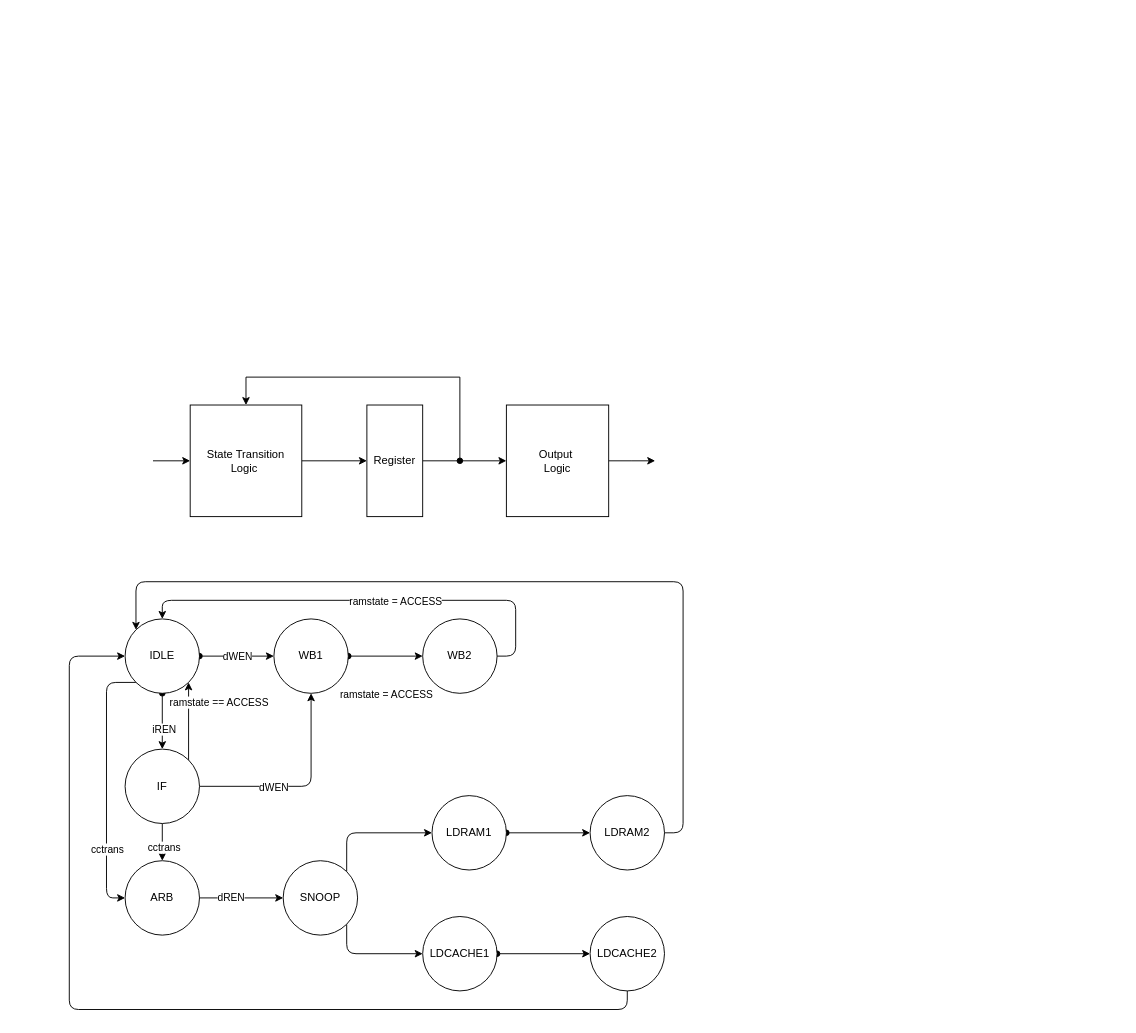
This is page "Page-5" (5 of 5) of caches.drawio from vickyfyq/ece437, a draw.io file, before an edit. Source tidied: cells renumbered, new cells numbered last; positions are measured from the earlier drawing's top-left corner, leaving out a move shared by most shapes. Both pictures are drawn from the tidied source at 93%, with x=0, y=0 at pixel (69, 377).
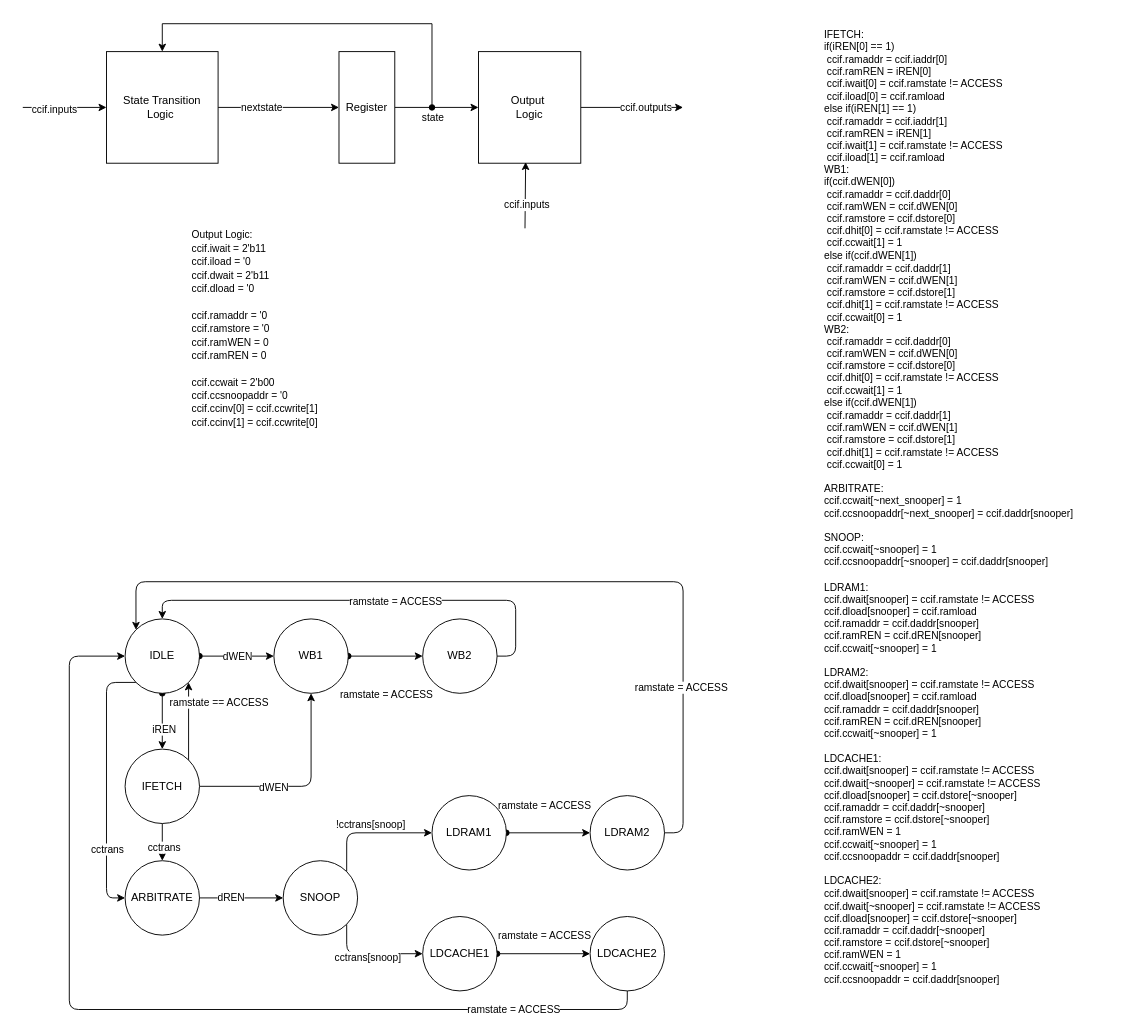
After the change.

The change refers to these unchanged cells:
```xml
<mxCell id="2" style="edgeStyle=orthogonalEdgeStyle;rounded=0;jettySize=auto;html=1;exitX=1;exitY=0.5;exitDx=0;exitDy=0;entryX=0;entryY=0.5;entryDx=0;entryDy=0;" parent="1" edge="1" source="3" target="5">
  <mxGeometry relative="1" as="geometry" />
</mxCell>
<mxCell id="4" style="edgeStyle=orthogonalEdgeStyle;rounded=0;jettySize=auto;html=1;exitX=1;exitY=0.5;exitDx=0;exitDy=0;entryX=0;entryY=0.5;entryDx=0;entryDy=0;" parent="1" edge="1" source="5" target="7">
  <mxGeometry relative="1" as="geometry" />
</mxCell>
<mxCell id="33" style="edgeStyle=orthogonalEdgeStyle;rounded=1;jettySize=auto;html=1;exitX=1;exitY=0;exitDx=0;exitDy=0;entryX=0;entryY=0.5;entryDx=0;entryDy=0;" parent="1" edge="1" source="35" target="37">
  <mxGeometry relative="1" as="geometry">
    <Array as="points">
      <mxPoint x="298" y="490" />
    </Array>
  </mxGeometry>
</mxCell>
<mxCell id="34" style="edgeStyle=orthogonalEdgeStyle;rounded=1;jettySize=auto;html=1;exitX=1;exitY=1;exitDx=0;exitDy=0;entryX=0;entryY=0.5;entryDx=0;entryDy=0;" parent="1" edge="1" source="35" target="41">
  <mxGeometry relative="1" as="geometry">
    <Array as="points">
      <mxPoint x="298" y="620" />
    </Array>
  </mxGeometry>
</mxCell>
<mxCell id="36" style="edgeStyle=orthogonalEdgeStyle;rounded=0;jettySize=auto;html=1;exitX=1;exitY=0.5;exitDx=0;exitDy=0;startArrow=oval;startFill=1;entryX=0;entryY=0.5;entryDx=0;entryDy=0;" parent="1" edge="1" source="37" target="39">
  <mxGeometry relative="1" as="geometry" />
</mxCell>
<mxCell id="38" style="edgeStyle=orthogonalEdgeStyle;rounded=1;jettySize=auto;html=1;exitX=1;exitY=0.5;exitDx=0;exitDy=0;entryX=0;entryY=0;entryDx=0;entryDy=0;" parent="1" edge="1" source="39" target="16">
  <mxGeometry relative="1" as="geometry">
    <Array as="points">
      <mxPoint x="660" y="490" />
      <mxPoint x="660" y="220" />
      <mxPoint x="72" y="220" />
    </Array>
  </mxGeometry>
</mxCell>
<mxCell id="40" style="edgeStyle=orthogonalEdgeStyle;rounded=0;jettySize=auto;html=1;exitX=1;exitY=0.5;exitDx=0;exitDy=0;startArrow=oval;startFill=1;entryX=0;entryY=0.5;entryDx=0;entryDy=0;" parent="1" edge="1" source="41" target="43">
  <mxGeometry relative="1" as="geometry" />
</mxCell>
<mxCell id="42" style="edgeStyle=orthogonalEdgeStyle;rounded=1;jettySize=auto;html=1;exitX=0.5;exitY=1;exitDx=0;exitDy=0;entryX=0;entryY=0.5;entryDx=0;entryDy=0;" parent="1" edge="1" source="43" target="16">
  <mxGeometry relative="1" as="geometry">
    <Array as="points">
      <mxPoint x="600" y="680" />
      <mxPoint y="680" />
      <mxPoint y="300" />
    </Array>
  </mxGeometry>
</mxCell>
```

What changed in the source:
```diff
@@
+    <mxCell id="44" value="nextstate" style="edgeLabel;html=1;align=center;verticalAlign=middle;" parent="2" vertex="1">
+      <mxGeometry x="-0.29" y="1" relative="1" as="geometry" />
+    </mxCell>
     <mxCell id="3" value="State Transition Logic&amp;nbsp;" style="whiteSpace=wrap;html=1;" parent="1" vertex="1">
-      <mxGeometry x="130" y="30" width="120" height="120" as="geometry" />
+      <mxGeometry x="40" y="-350" width="120" height="120" as="geometry" />
     </mxCell>
@@
+    <mxCell id="45" value="state" style="edgeLabel;html=1;align=center;verticalAlign=middle;" parent="4" vertex="1">
+      <mxGeometry x="-0.31" relative="1" as="geometry">
+        <mxPoint x="9" y="10" as="offset" />
+      </mxGeometry>
+    </mxCell>
     <mxCell id="5" value="Register" style="rounded=0;whiteSpace=wrap;html=1;" parent="1" vertex="1">
-      <mxGeometry x="320" y="30" width="60" height="120" as="geometry" />
+      <mxGeometry x="290" y="-350" width="60" height="120" as="geometry" />
     </mxCell>
     <mxCell id="6" style="edgeStyle=orthogonalEdgeStyle;rounded=0;jettySize=auto;html=1;exitX=1;exitY=0.5;exitDx=0;exitDy=0;" parent="1" edge="1" source="7">
       <mxGeometry relative="1" as="geometry">
-        <mxPoint x="630" y="90" as="targetPoint" />
+        <mxPoint x="660" y="-290" as="targetPoint" />
       </mxGeometry>
     </mxCell>
+    <mxCell id="46" value="ccif.outputs" style="edgeLabel;html=1;align=center;verticalAlign=middle;" parent="6" vertex="1">
+      <mxGeometry x="0.27" y="1" relative="1" as="geometry" />
+    </mxCell>
     <mxCell id="7" value="Output&amp;nbsp;&lt;br&gt;Logic" style="rounded=0;whiteSpace=wrap;html=1;" parent="1" vertex="1">
-      <mxGeometry x="470" y="30" width="110" height="120" as="geometry" />
+      <mxGeometry x="440" y="-350" width="110" height="120" as="geometry" />
     </mxCell>
     <mxCell id="8" style="endArrow=classic;html=1;rounded=0;entryX=0;entryY=0.5;entryDx=0;entryDy=0;" parent="1" edge="1" target="3">
       <mxGeometry relative="1" as="geometry">
-        <mxPoint x="90" y="90" as="sourcePoint" />
+        <mxPoint x="-50" y="-290" as="sourcePoint" />
       </mxGeometry>
     </mxCell>
+    <mxCell id="47" value="ccif.inputs" style="edgeLabel;html=1;align=center;verticalAlign=middle;" parent="8" vertex="1">
+      <mxGeometry x="-0.27" y="-1" relative="1" as="geometry" />
+    </mxCell>
     <mxCell id="9" style="endArrow=classic;html=1;rounded=0;startArrow=oval;startFill=1;entryX=0.5;entryY=0;entryDx=0;entryDy=0;edgeStyle=orthogonalEdgeStyle;" parent="1" edge="1" target="3">
       <mxGeometry relative="1" as="geometry">
-        <mxPoint x="420" y="90" as="sourcePoint" />
+        <mxPoint x="390" y="-290" as="sourcePoint" />
         <Array as="points">
-          <mxPoint x="420" />
-          <mxPoint x="190" />
+          <mxPoint x="390" y="-380" />
+          <mxPoint x="100" y="-380" />
         </Array>
       </mxGeometry>
     </mxCell>
@@
-    <mxCell id="29" value="IF" style="ellipse;whiteSpace=wrap;html=1;" parent="1" vertex="1">
+    <mxCell id="29" value="IFETCH" style="ellipse;whiteSpace=wrap;html=1;" parent="1" vertex="1">
       <mxGeometry x="60" y="400" width="80" height="80" as="geometry" />
     </mxCell>
@@
-    <mxCell id="32" value="ARB" style="ellipse;whiteSpace=wrap;html=1;" parent="1" vertex="1">
+    <mxCell id="32" value="ARBITRATE" style="ellipse;whiteSpace=wrap;html=1;" parent="1" vertex="1">
       <mxGeometry x="60" y="520" width="80" height="80" as="geometry" />
     </mxCell>
@@
+    <mxCell id="48" value="!cctrans[snoop]" style="edgeLabel;html=1;align=center;verticalAlign=middle;" parent="33" vertex="1">
+      <mxGeometry x="0.01" y="-4" relative="1" as="geometry">
+        <mxPoint y="-14" as="offset" />
+      </mxGeometry>
+    </mxCell>
@@
+    <mxCell id="49" value="cctrans[snoop]" style="edgeLabel;html=1;align=center;verticalAlign=middle;" parent="34" vertex="1">
+      <mxGeometry x="-0.04" y="-3" relative="1" as="geometry" />
+    </mxCell>
@@
+    <mxCell id="50" value="ramstate = ACCESS" style="edgeLabel;html=1;align=center;verticalAlign=middle;" parent="36" vertex="1">
+      <mxGeometry x="0.22" y="-3" relative="1" as="geometry">
+        <mxPoint x="-15" y="-33" as="offset" />
+      </mxGeometry>
+    </mxCell>
@@
+    <mxCell id="51" value="ramstate = ACCESS" style="edgeLabel;html=1;align=center;verticalAlign=middle;" parent="38" vertex="1">
+      <mxGeometry x="-0.62" y="3" relative="1" as="geometry" />
+    </mxCell>
@@
+    <mxCell id="52" value="ramstate = ACCESS" style="edgeLabel;html=1;align=center;verticalAlign=middle;" parent="40" vertex="1">
+      <mxGeometry x="-0.22" y="-3" relative="1" as="geometry">
+        <mxPoint x="11" y="-23" as="offset" />
+      </mxGeometry>
+    </mxCell>
@@
+    <mxCell id="53" value="ramstate = ACCESS" style="edgeLabel;html=1;align=center;verticalAlign=middle;" parent="42" vertex="1">
+      <mxGeometry x="-0.73" y="-1" relative="1" as="geometry" />
+    </mxCell>
@@
+    <mxCell id="54" style="endArrow=classic;html=1;rounded=0;entryX=0.461;entryY=0.99;entryDx=0;entryDy=0;entryPerimeter=0;" parent="1" edge="1" target="7">
+      <mxGeometry relative="1" as="geometry">
+        <mxPoint x="490" y="-160" as="sourcePoint" />
+      </mxGeometry>
+    </mxCell>
+    <mxCell id="55" value="ccif.inputs" style="edgeLabel;html=1;align=center;verticalAlign=middle;" parent="54" vertex="1">
+      <mxGeometry x="-0.27" y="-1" relative="1" as="geometry" />
+    </mxCell>
+    <mxCell id="56" value="&lt;font style=&quot;font-size: 11px&quot;&gt;Output Logic:&lt;br&gt;ccif.iwait = 2'b11&lt;br&gt;ccif.iload = '0&lt;br&gt;ccif.dwait = 2'b11&lt;br&gt;ccif.dload = '0&lt;br&gt;&lt;br&gt;ccif.ramaddr = '0&lt;br&gt;ccif.ramstore = '0&lt;br&gt;ccif.ramWEN = 0&lt;br&gt;ccif.ramREN = 0&lt;br&gt;&lt;br&gt;ccif.ccwait = 2'b00&lt;br&gt;ccif.ccsnoopaddr = '0&lt;br&gt;ccif.ccinv[0] = ccif.ccwrite[1]&lt;br&gt;ccif.ccinv[1] = ccif.ccwrite[0]&lt;br&gt;&lt;br&gt;&lt;/font&gt;" style="text;html=1;strokeColor=none;fillColor=none;align=left;verticalAlign=middle;whiteSpace=wrap;rounded=0;" parent="1" vertex="1">
+      <mxGeometry x="130" y="-160" width="170" height="230" as="geometry" />
+    </mxCell>
+    <mxCell id="57" value="IFETCH:&lt;br&gt;if(iREN[0] == 1)&lt;br&gt;&lt;span&gt; &lt;/span&gt;&lt;span&gt; &lt;/span&gt;&lt;span&gt; &lt;/span&gt;&lt;span&gt; &lt;/span&gt;&lt;span style=&quot;white-space: pre&quot;&gt; &lt;/span&gt;ccif.ramaddr = ccif.iaddr[0]&lt;br&gt;&lt;span&gt; &lt;/span&gt;&lt;span&gt; &lt;/span&gt;&lt;span style=&quot;white-space: pre&quot;&gt; &lt;/span&gt;ccif.ramREN = iREN[0]&lt;br&gt;&lt;span&gt; &lt;/span&gt;&lt;span&gt; &lt;/span&gt;&lt;span style=&quot;white-space: pre&quot;&gt; &lt;/span&gt;ccif.iwait[0] = ccif.ramstate != ACCESS&lt;br&gt;&lt;span&gt; &lt;/span&gt;&lt;span&gt; &lt;/span&gt;&lt;span style=&quot;white-space: pre&quot;&gt; &lt;/span&gt;ccif.iload[0] = ccif.ramload&lt;br&gt;else if(iREN[1] == 1)&lt;br&gt;&lt;span&gt; &lt;/span&gt;&lt;span&gt; &lt;/span&gt;&lt;span style=&quot;white-space: pre&quot;&gt; &lt;/span&gt;ccif.ramaddr = ccif.iaddr[1]&lt;br&gt;&lt;span&gt; &lt;/span&gt;&lt;span&gt; &lt;/span&gt;&lt;span style=&quot;white-space: pre&quot;&gt; &lt;/span&gt;ccif.ramREN = iREN[1]&lt;br&gt;&lt;span&gt; &lt;/span&gt;&lt;span&gt; &lt;/span&gt;&lt;span style=&quot;white-space: pre&quot;&gt; &lt;/span&gt;ccif.iwait[1] = ccif.ramstate != ACCESS&lt;br&gt;&lt;span&gt; &lt;/span&gt;&lt;span&gt; &lt;/span&gt;&lt;span style=&quot;white-space: pre&quot;&gt; &lt;/span&gt;ccif.iload[1] = ccif.ramload&lt;br&gt;WB1:&lt;br&gt;if(ccif.dWEN[0])&lt;br&gt;&lt;span&gt; &lt;/span&gt;&lt;span&gt; &lt;/span&gt;&lt;span style=&quot;white-space: pre&quot;&gt; &lt;/span&gt;ccif.ramaddr = ccif.daddr[0]&lt;br&gt;&lt;span&gt; &lt;/span&gt;&lt;span&gt; &lt;/span&gt;&lt;span style=&quot;white-space: pre&quot;&gt; &lt;/span&gt;ccif.ramWEN = ccif.dWEN[0]&lt;br&gt;&lt;span&gt; &lt;/span&gt;&lt;span&gt; &lt;/span&gt;&lt;span style=&quot;white-space: pre&quot;&gt; &lt;/span&gt;ccif.ramstore = ccif.dstore[0]&lt;br&gt;&lt;span&gt; &lt;/span&gt;&lt;span&gt; &lt;/span&gt;&lt;span style=&quot;white-space: pre&quot;&gt; &lt;/span&gt;ccif.dhit[0] = ccif.ramstate != ACCESS&lt;br&gt;&lt;span&gt; &lt;/span&gt;&lt;span&gt; &lt;/span&gt;&lt;span style=&quot;white-space: pre&quot;&gt; &lt;/span&gt;ccif.ccwait[1] = 1&lt;br&gt;else if(ccif.dWEN[1])&lt;br&gt;&lt;span&gt; &lt;/span&gt;&lt;span&gt; &lt;/span&gt;&lt;span style=&quot;white-space: pre&quot;&gt; &lt;/span&gt;ccif.ramaddr = ccif.daddr[1]&lt;br&gt;&lt;span&gt; &lt;/span&gt;&lt;span&gt; &lt;/span&gt;&lt;span style=&quot;white-space: pre&quot;&gt; &lt;/span&gt;ccif.ramWEN = ccif.dWEN[1]&lt;br&gt;&lt;span&gt; &lt;/span&gt;&lt;span&gt; &lt;/span&gt;&lt;span style=&quot;white-space: pre&quot;&gt; &lt;/span&gt;ccif.ramstore = ccif.dstore[1]&lt;br&gt;&lt;span&gt; &lt;/span&gt;&lt;span&gt; &lt;/span&gt;&lt;span style=&quot;white-space: pre&quot;&gt; &lt;/span&gt;ccif.dhit[1] = ccif.ramstate != ACCESS&lt;br&gt;&lt;span&gt; &lt;/span&gt;&lt;span&gt; &lt;/span&gt;&lt;span style=&quot;white-space: pre&quot;&gt; &lt;/span&gt;ccif.ccwait[0] = 1&lt;br&gt;WB2:&lt;br&gt;&lt;span&gt; &lt;/span&gt;&lt;span style=&quot;white-space: pre&quot;&gt; &lt;/span&gt;ccif.ramaddr = ccif.daddr[0]&lt;br&gt;&lt;span&gt; &lt;/span&gt;&lt;span&gt; &lt;/span&gt;&lt;span style=&quot;white-space: pre&quot;&gt; &lt;/span&gt;ccif.ramWEN = ccif.dWEN[0]&lt;br&gt;&lt;span&gt; &lt;/span&gt;&lt;span&gt; &lt;/span&gt;&lt;span style=&quot;white-space: pre&quot;&gt; &lt;/span&gt;ccif.ramstore = ccif.dstore[0]&lt;br&gt;&lt;span&gt; &lt;/span&gt;&lt;span&gt; &lt;/span&gt;&lt;span style=&quot;white-space: pre&quot;&gt; &lt;/span&gt;ccif.dhit[0] = ccif.ramstate != ACCESS&lt;br&gt;&lt;span&gt; &lt;/span&gt;&lt;span&gt; &lt;/span&gt;&lt;span style=&quot;white-space: pre&quot;&gt; &lt;/span&gt;ccif.ccwait[1] = 1&lt;br&gt;else if(ccif.dWEN[1])&lt;br&gt;&lt;span&gt; &lt;/span&gt;&lt;span&gt; &lt;/span&gt;&lt;span style=&quot;white-space: pre&quot;&gt; &lt;/span&gt;ccif.ramaddr = ccif.daddr[1]&lt;br&gt;&lt;span&gt; &lt;/span&gt;&lt;span&gt; &lt;/span&gt;&lt;span style=&quot;white-space: pre&quot;&gt; &lt;/span&gt;ccif.ramWEN = ccif.dWEN[1]&lt;br&gt;&lt;span&gt; &lt;/span&gt;&lt;span&gt; &lt;/span&gt;&lt;span style=&quot;white-space: pre&quot;&gt; &lt;/span&gt;ccif.ramstore = ccif.dstore[1]&lt;br&gt;&lt;span&gt; &lt;/span&gt;&lt;span&gt; &lt;/span&gt;&lt;span style=&quot;white-space: pre&quot;&gt; &lt;/span&gt;ccif.dhit[1] = ccif.ramstate != ACCESS&lt;br&gt;&lt;span&gt; &lt;/span&gt;&lt;span&gt; &lt;/span&gt;&lt;span style=&quot;white-space: pre&quot;&gt; &lt;/span&gt;ccif.ccwait[0] = 1&lt;br&gt;&lt;br&gt;ARBITRATE:&lt;br&gt;ccif.ccwait[~next_snooper] = 1&lt;br&gt;ccif.ccsnoopaddr[~next_snooper] = ccif.daddr[snooper]&lt;br&gt;&lt;br&gt;SNOOP:&lt;br&gt;ccif.ccwait[~snooper] = 1&lt;br&gt;ccif.ccsnoopaddr[~snooper] = ccif.daddr[snooper]&lt;br&gt;&lt;br&gt;LDRAM1:&lt;br&gt;ccif.dwait[snooper] = ccif.ramstate != ACCESS&lt;br&gt;ccif.dload[snooper] = ccif.ramload&lt;br&gt;ccif.ramaddr = ccif.daddr[snooper]&lt;br&gt;ccif.ramREN = ccif.dREN[snooper]&lt;br&gt;ccif.ccwait[~snooper] = 1&lt;br&gt;&lt;br&gt;LDRAM2:&lt;br&gt;ccif.dwait[snooper] = ccif.ramstate != ACCESS&lt;br&gt;ccif.dload[snooper] = ccif.ramload&lt;br&gt;ccif.ramaddr = ccif.daddr[snooper]&lt;br&gt;ccif.ramREN = ccif.dREN[snooper]&lt;br&gt;ccif.ccwait[~snooper] = 1&lt;br&gt;&lt;br&gt;LDCACHE1:&lt;br&gt;ccif.dwait[snooper] = ccif.ramstate != ACCESS&lt;br&gt;ccif.dwait[~snooper] = ccif.ramstate != ACCESS&lt;br&gt;ccif.dload[snooper] = ccif.dstore[~snooper]&lt;br&gt;ccif.ramaddr = ccif.daddr[~snooper]&lt;br&gt;ccif.ramstore = ccif.dstore[~snooper]&lt;br&gt;ccif.ramWEN = 1&lt;br&gt;ccif.ccwait[~snooper] = 1&lt;br&gt;ccif.ccsnoopaddr = ccif.daddr[snooper]&lt;br&gt;&lt;br&gt;LDCACHE2:&lt;br&gt;ccif.dwait[snooper] = ccif.ramstate != ACCESS&lt;br&gt;ccif.dwait[~snooper] = ccif.ramstate != ACCESS&lt;br&gt;ccif.dload[snooper] = ccif.dstore[~snooper]&lt;br&gt;ccif.ramaddr = ccif.daddr[~snooper]&lt;br&gt;ccif.ramstore = ccif.dstore[~snooper]&lt;br&gt;ccif.ramWEN = 1&lt;br&gt;ccif.ccwait[~snooper] = 1&lt;br&gt;ccif.ccsnoopaddr = ccif.daddr[snooper]" style="text;html=1;strokeColor=none;fillColor=none;align=left;verticalAlign=middle;whiteSpace=wrap;rounded=0;fontSize=11;" parent="1" vertex="1">
+      <mxGeometry x="810" y="-380" width="320" height="1040" as="geometry" />
+    </mxCell>
```
